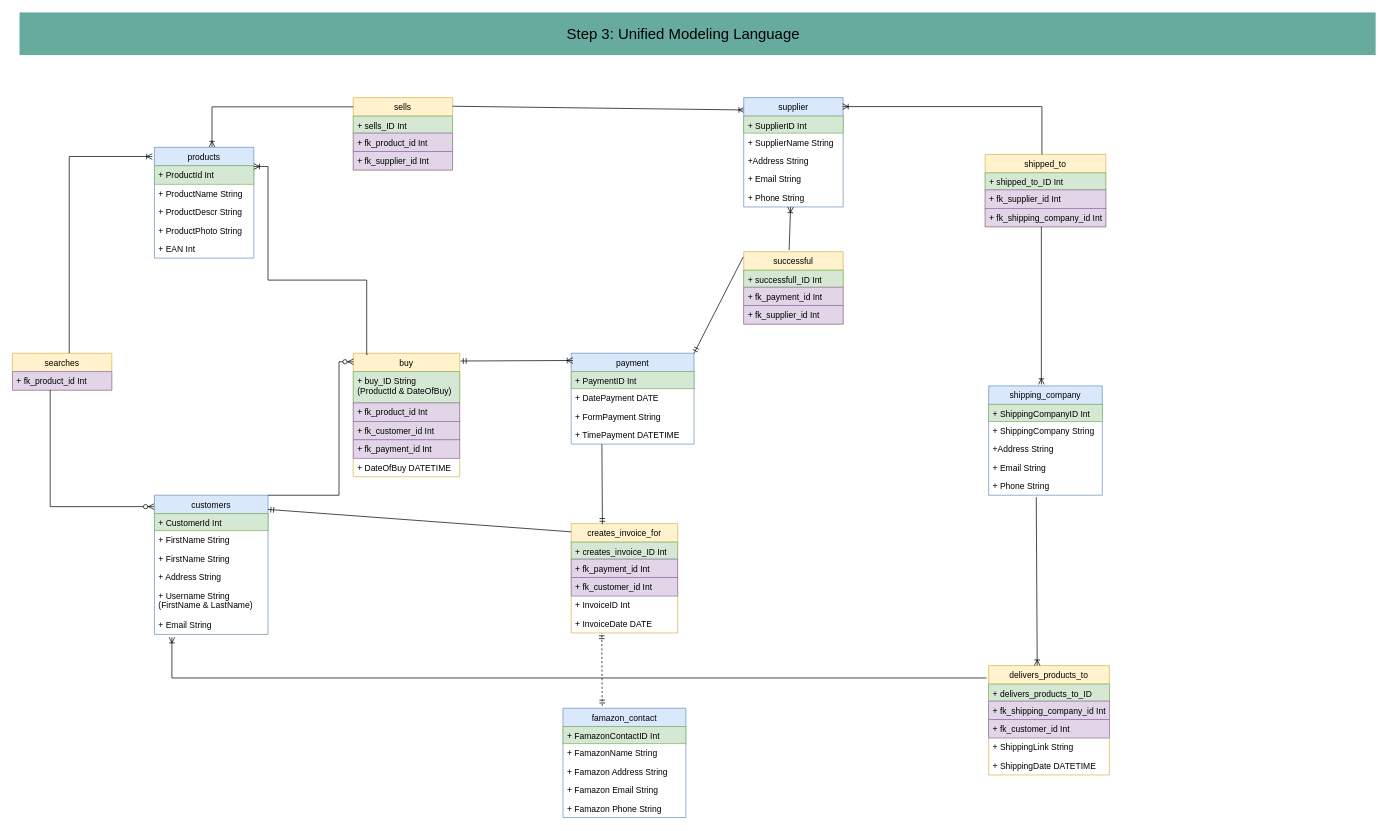
Above: diagrammes/CR_9_UML_diagramme.drawio in nat-oku/FE21-CR9-Natalia (draw.io), before the change. Source tidied: cells renumbered, new cells numbered last; positions are measured from the earlier drawing's top-left corner, leaving out a move shared by most shapes. Both pictures are drawn from the tidied source at 71%, with x=0, y=0 at pixel (12, 12).
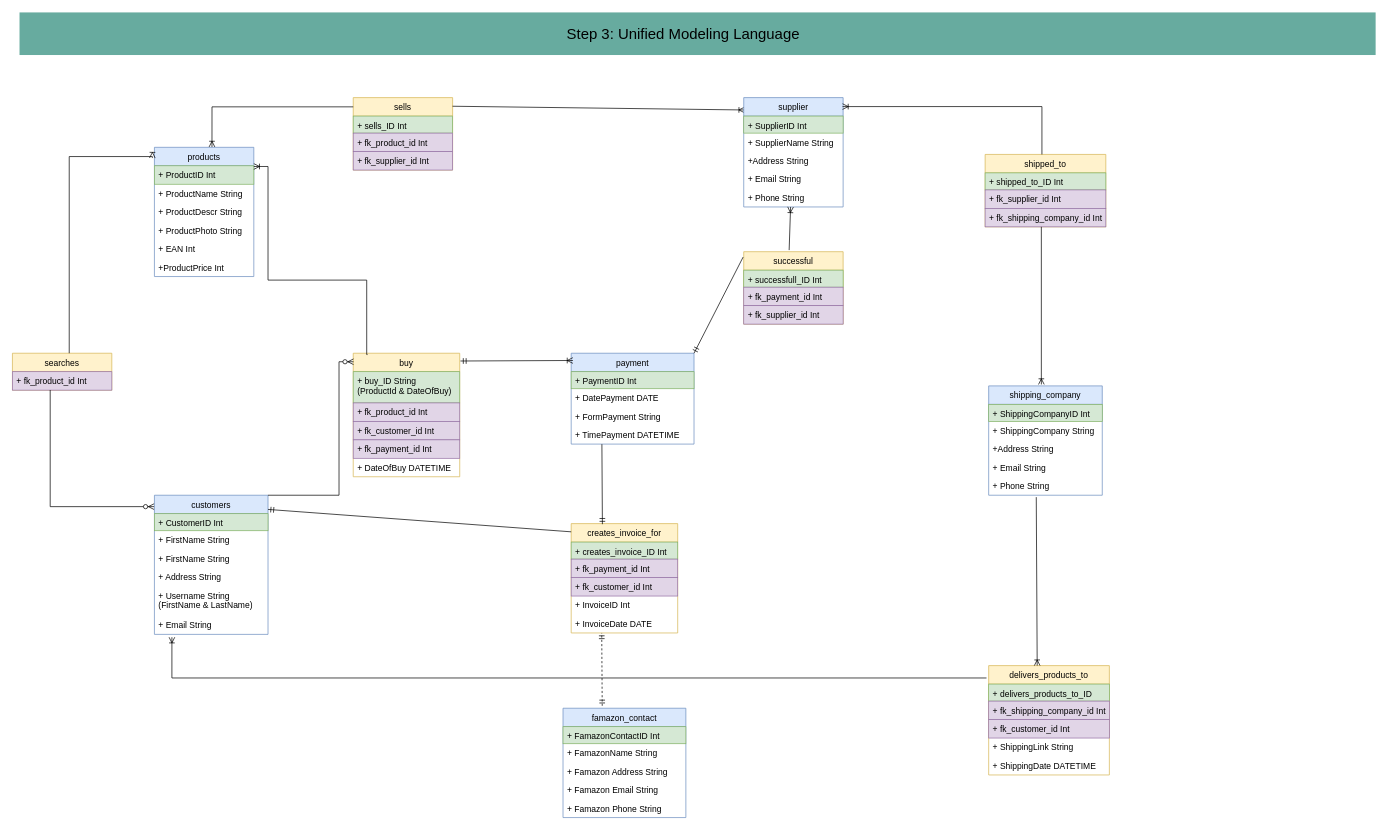
The same page after the edit.

The change refers to these unchanged cells:
```xml
<mxCell id="18" value="customers" style="swimlane;fontStyle=0;horizontal=1;startSize=26;fillColor=#dae8fc;strokeColor=#6c8ebf;" parent="1" vertex="1">
  <mxGeometry x="200" y="680" width="160" height="196" as="geometry" />
</mxCell>
```

The edit, as a diff of the source:
```diff
@@
     <mxCell id="4" value="products" style="swimlane;fontStyle=0;horizontal=1;startSize=26;fillColor=#dae8fc;strokeColor=#6c8ebf;" parent="1" vertex="1">
-      <mxGeometry x="200" y="190" width="140" height="156" as="geometry" />
+      <mxGeometry x="200" y="190" width="140" height="182" as="geometry" />
     </mxCell>
-    <mxCell id="5" value="+ ProductId Int" style="text;align=left;verticalAlign=top;spacingLeft=4;spacingRight=4;overflow=hidden;fillColor=#d5e8d4;strokeColor=#82b366;" parent="4" vertex="1">
+    <mxCell id="5" value="+ ProductID Int" style="text;align=left;verticalAlign=top;spacingLeft=4;spacingRight=4;overflow=hidden;fillColor=#d5e8d4;strokeColor=#82b366;" parent="4" vertex="1">
       <mxGeometry y="26" width="140" height="26" as="geometry" />
     </mxCell>
@@
+    <mxCell id="88" value="+ProductPrice Int" style="text;align=left;verticalAlign=top;spacingLeft=4;spacingRight=4;overflow=hidden;" parent="4" vertex="1">
+      <mxGeometry y="156" width="140" height="26" as="geometry" />
+    </mxCell>
@@
-    <mxCell id="19" value="+ CustomerId Int" style="text;align=left;verticalAlign=top;spacingLeft=4;spacingRight=4;overflow=hidden;fillColor=#d5e8d4;strokeColor=#82b366;" parent="18" vertex="1">
+    <mxCell id="19" value="+ CustomerID Int" style="text;align=left;verticalAlign=top;spacingLeft=4;spacingRight=4;overflow=hidden;fillColor=#d5e8d4;strokeColor=#82b366;" parent="18" vertex="1">
       <mxGeometry y="26" width="160" height="24" as="geometry" />
     </mxCell>
```
